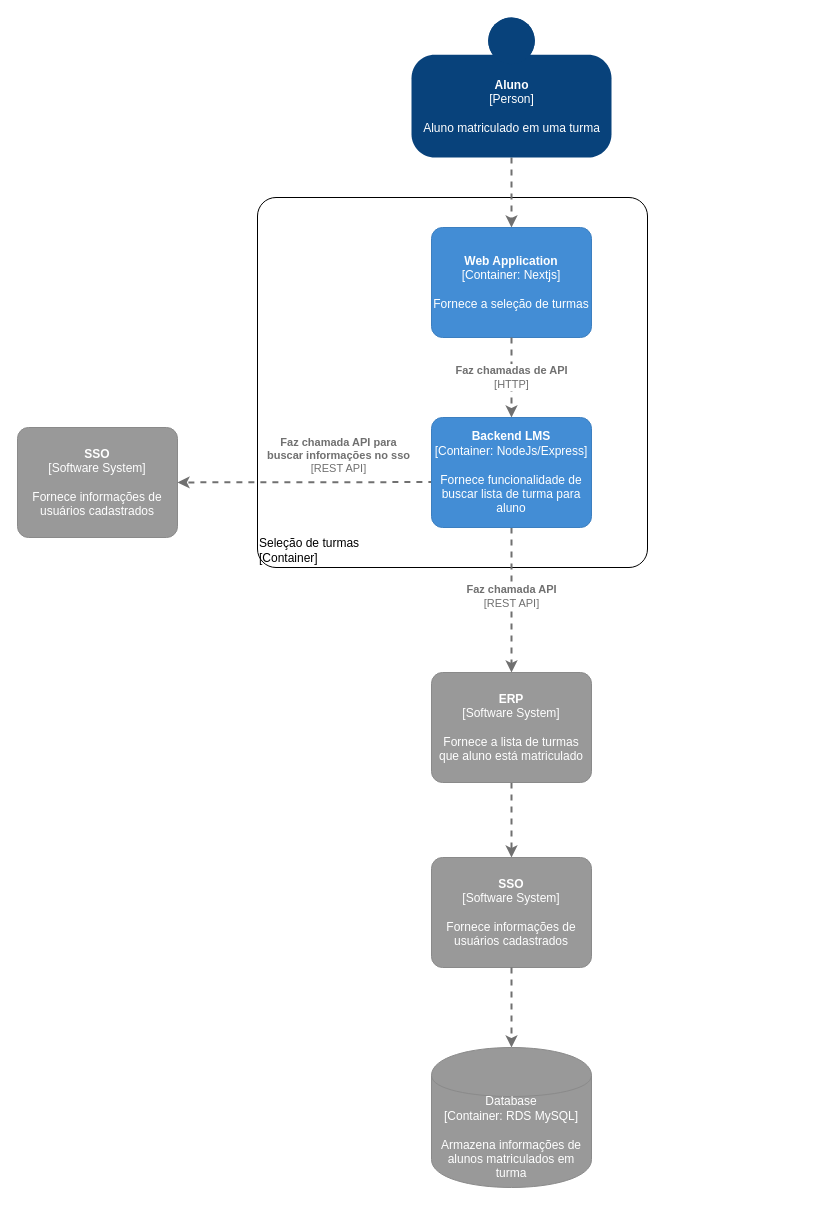
This is page "C4 Container" (2 of 4) of Design Doc LMS.drawio from eldoncosta1/diagrams, a draw.io file, before an edit. Source tidied: cells renumbered, new cells numbered last; positions are measured from the earlier drawing's top-left corner, leaving out a move shared by most shapes. Both pictures are drawn from the tidied source at 100%, with x=0, y=0 at pixel (17, 17).
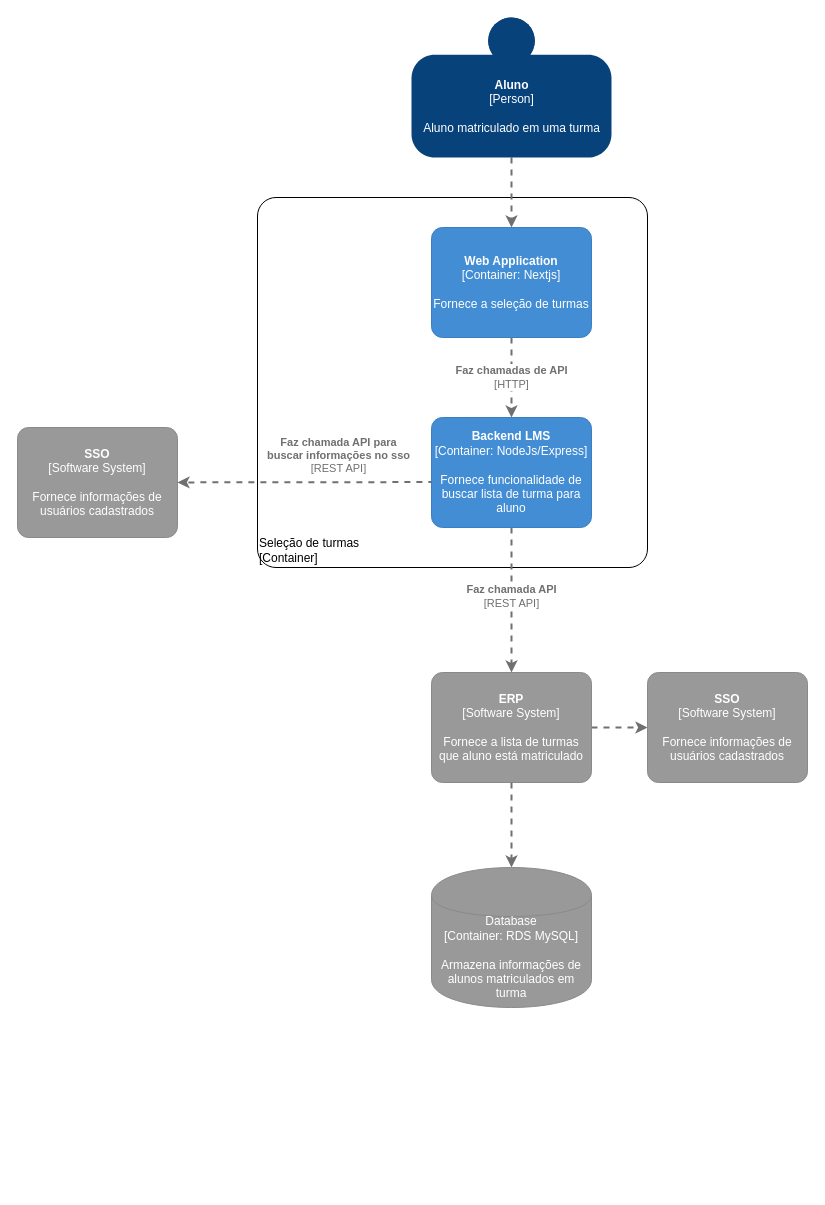
The same diagram, later.

Unchanged cells that the change refers to:
```xml
<object id="13" label="&lt;b&gt;%c4Name%&lt;/b&gt;&lt;div&gt;[%c4Type%]&lt;/div&gt;&lt;br&gt;&lt;div&gt;%c4Description%&lt;/div&gt;" c4Description="Fornece a lista de turmas que aluno está matriculado" c4Name="ERP" c4Type="Software System" placeholders="1">
  <mxCell style="rounded=1;whiteSpace=wrap;html=1;labelBackgroundColor=none;fillColor=#999999;fontColor=#ffffff;align=center;arcSize=10;strokeColor=#8A8A8A;metaData={&quot;c4Type&quot;:{&quot;editable&quot;:false}};points=[[0.25,0,0],[0.5,0,0],[0.75,0,0],[1,0.25,0],[1,0.5,0],[1,0.75,0],[0.75,1,0],[0.5,1,0],[0.25,1,0],[0,0.75,0],[0,0.5,0],[0,0.25,0]];" parent="1" vertex="1">
    <mxGeometry x="414" y="655" width="160" height="110" as="geometry" />
  </mxCell>
</object>
```

The edit, as a diff of the source:
```diff
@@
     <object id="8" label="%c4Type%&lt;div style=&quot;font-size: 12px;&quot;&gt;[Container:&amp;nbsp;%c4Technology%]&lt;/div&gt;&lt;br style=&quot;font-size: 12px;&quot;&gt;&lt;div style=&quot;font-size: 12px;&quot;&gt;%c4Description%&lt;/div&gt;" c4Description="Armazena informações de alunos matriculados em turma" c4Technology="RDS MySQL" c4Type="Database" placeholders="1">
       <mxCell style="shape=cylinder;whiteSpace=wrap;html=1;boundedLbl=1;rounded=1;labelBackgroundColor=none;fillColor=#999999;fontSize=12;fontColor=#ffffff;align=center;strokeColor=#8A8A8A;points=[[0.5,0,0],[1,0.25,0],[1,0.5,0],[1,0.75,0],[0.5,1,0],[0,0.75,0],[0,0.5,0],[0,0.25,0]];metaData={&quot;c4Type&quot;:{&quot;editable&quot;:false}};arcSize=10;" parent="1" vertex="1">
-        <mxGeometry x="414" y="1030" width="160" height="140" as="geometry" />
+        <mxGeometry x="414" y="850" width="160" height="140" as="geometry" />
       </mxCell>
     </object>
@@
     <object id="14" label="&lt;b&gt;%c4Name%&lt;/b&gt;&lt;div&gt;[%c4Type%]&lt;/div&gt;&lt;br&gt;&lt;div&gt;%c4Description%&lt;/div&gt;" c4Description="Fornece informações de usuários cadastrados" c4Name="SSO" c4Type="Software System" placeholders="1">
       <mxCell style="rounded=1;whiteSpace=wrap;html=1;labelBackgroundColor=none;fillColor=#999999;fontColor=#ffffff;align=center;arcSize=10;strokeColor=#8A8A8A;metaData={&quot;c4Type&quot;:{&quot;editable&quot;:false}};points=[[0.25,0,0],[0.5,0,0],[0.75,0,0],[1,0.25,0],[1,0.5,0],[1,0.75,0],[0.75,1,0],[0.5,1,0],[0.25,1,0],[0,0.75,0],[0,0.5,0],[0,0.25,0]];" parent="1" vertex="1">
-        <mxGeometry x="414" y="840" width="160" height="110" as="geometry" />
+        <mxGeometry x="630" y="655" width="160" height="110" as="geometry" />
       </mxCell>
     </object>
-    <mxCell id="15" style="edgeStyle=orthogonalEdgeStyle;rounded=0;jettySize=auto;html=1;entryX=0.5;entryY=0;entryDx=0;entryDy=0;entryPerimeter=0;strokeWidth=2;strokeColor=#707070;dashed=1;" parent="1" edge="1" source="14" target="8">
+    <mxCell id="15" style="edgeStyle=orthogonalEdgeStyle;rounded=0;jettySize=auto;html=1;entryX=0.5;entryY=0;entryDx=0;entryDy=0;entryPerimeter=0;strokeWidth=2;strokeColor=#707070;dashed=1;exitX=0.5;exitY=1;exitDx=0;exitDy=0;exitPerimeter=0;" parent="1" edge="1" source="13" target="8">
       <mxGeometry relative="1" as="geometry" />
     </mxCell>
```
